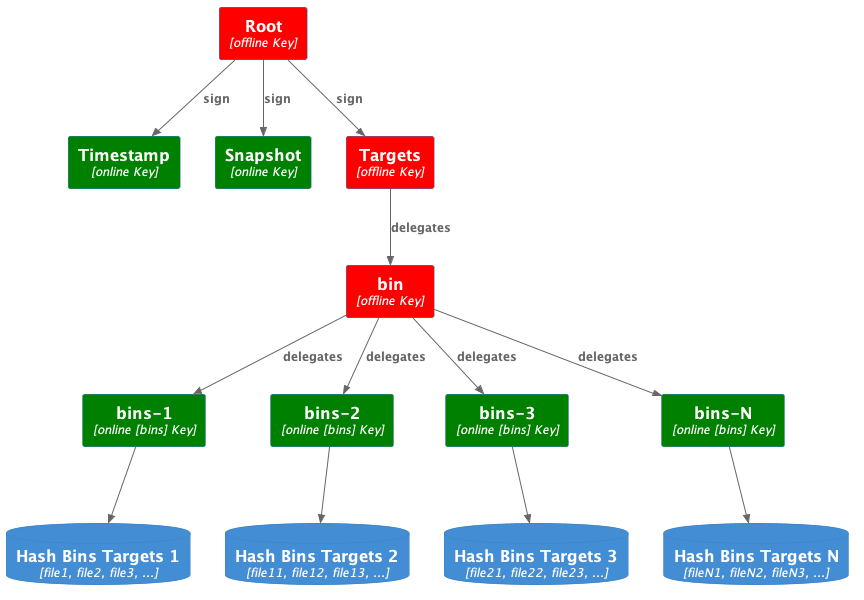
Before: docs/source/_static/1_1_rstuf_metadata.png, a diagram exported from PlantUML (repository-service-tuf/repository-service-tuf). Source of this version:
```plantuml
@startuml
!include https://raw.githubusercontent.com/plantuml-stdlib/C4-PlantUML/master/C4_Container.puml

Container(root, "Root" , "offline Key") #Red
Container(timestamp, "Timestamp", "online Key") #Green
Container(snapshot, "Snapshot", "online Key") #Green
Container(targets, "Targets",  "offline Key") #Red
Container(bin, "bin", "offline Key") #Red
Container(bins_1, "bins-1", "online [bins] Key") #Green
Container(bins_2, "bins-2", "online [bins] Key") #Green
Container(bins_3, "bins-3", "online [bins] Key") #Green
Container(bins_N, "bins-N", "online [bins] Key") #Green

ContainerDb(targets_bins_1, "Hash Bins Targets 1", "file1, file2, file3, ...")
ContainerDb(targets_bins_2, "Hash Bins Targets 2", "file11, file12, file13, ...")
ContainerDb(targets_bins_3, "Hash Bins Targets 3", "file21, file22, file23, ...")
ContainerDb(targets_bins_N, "Hash Bins Targets N", "fileN1, fileN2, fileN3, ...")

Rel_D(root, timestamp, "sign")
Rel_D(root, snapshot, "sign")
Rel_D(root, targets, "sign")
Rel_D(targets, bin, "delegates")
Rel_D(bin, bins_1, "delegates")
Rel_D(bins_1, targets_bins_1, " ")
Rel_D(bin, bins_2, "delegates")
Rel_D(bins_2, targets_bins_2, " ")
Rel_D(bin, bins_3, "delegates")
Rel_D(bins_3, targets_bins_3, " ")
Rel_D(bin, bins_N, "delegates")
Rel_D(bins_N, targets_bins_N, " ")


HIDE_STEREOTYPE()
@enduml
```
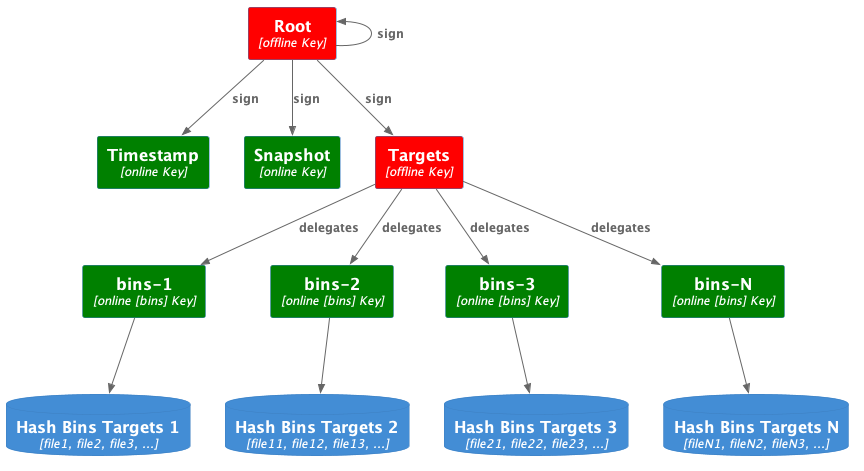
After the change.

The edit, as a diff of the source:
```diff
@@ -5,7 +5,6 @@
 Container(timestamp, "Timestamp", "online Key") #Green
 Container(snapshot, "Snapshot", "online Key") #Green
 Container(targets, "Targets",  "offline Key") #Red
-Container(bin, "bin", "offline Key") #Red
 Container(bins_1, "bins-1", "online [bins] Key") #Green
 Container(bins_2, "bins-2", "online [bins] Key") #Green
 Container(bins_3, "bins-3", "online [bins] Key") #Green
@@ -16,17 +15,17 @@
 ContainerDb(targets_bins_3, "Hash Bins Targets 3", "file21, file22, file23, ...")
 ContainerDb(targets_bins_N, "Hash Bins Targets N", "fileN1, fileN2, fileN3, ...")
 
+Rel_U(root, root, "sign")
 Rel_D(root, timestamp, "sign")
 Rel_D(root, snapshot, "sign")
 Rel_D(root, targets, "sign")
-Rel_D(targets, bin, "delegates")
-Rel_D(bin, bins_1, "delegates")
+Rel_D(targets, bins_1, "delegates")
 Rel_D(bins_1, targets_bins_1, " ")
-Rel_D(bin, bins_2, "delegates")
+Rel_D(targets, bins_2, "delegates")
 Rel_D(bins_2, targets_bins_2, " ")
-Rel_D(bin, bins_3, "delegates")
+Rel_D(targets, bins_3, "delegates")
 Rel_D(bins_3, targets_bins_3, " ")
-Rel_D(bin, bins_N, "delegates")
+Rel_D(targets, bins_N, "delegates")
 Rel_D(bins_N, targets_bins_N, " ")
 
 
```
